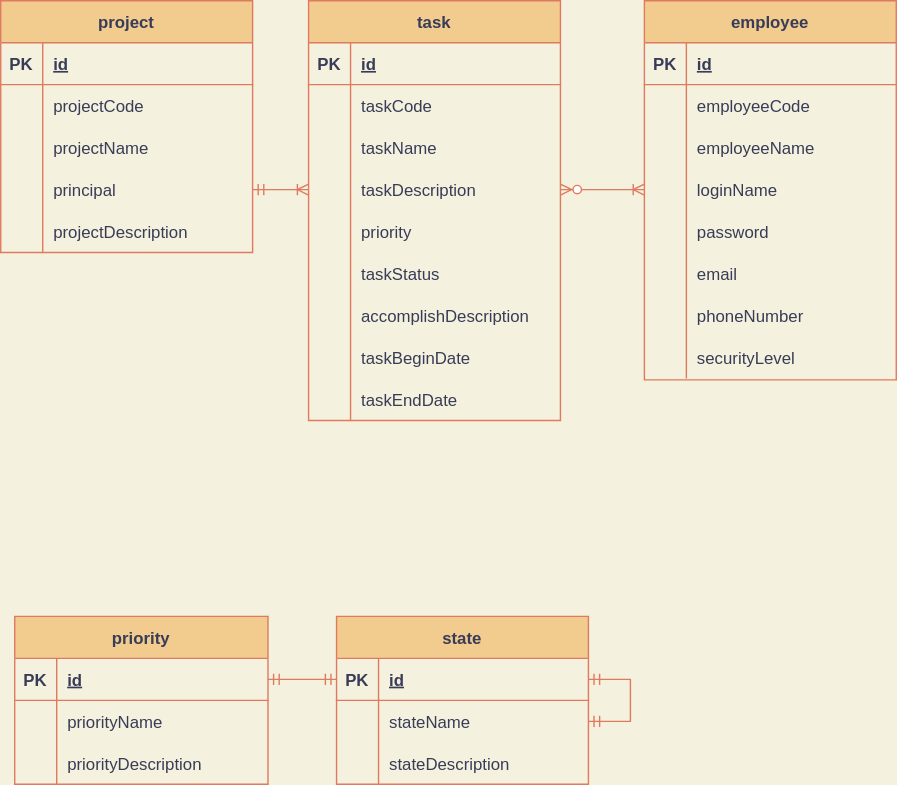
luck-nine/projectManagement keeps this draw.io diagram as web/src/main/resources/static/draw/entityRelationshipDraw.svg. Above is the earlier version. Source tidied: cells renumbered, new cells last; positions are measured from the earlier drawing's top-left corner, leaving out a move shared by most shapes.
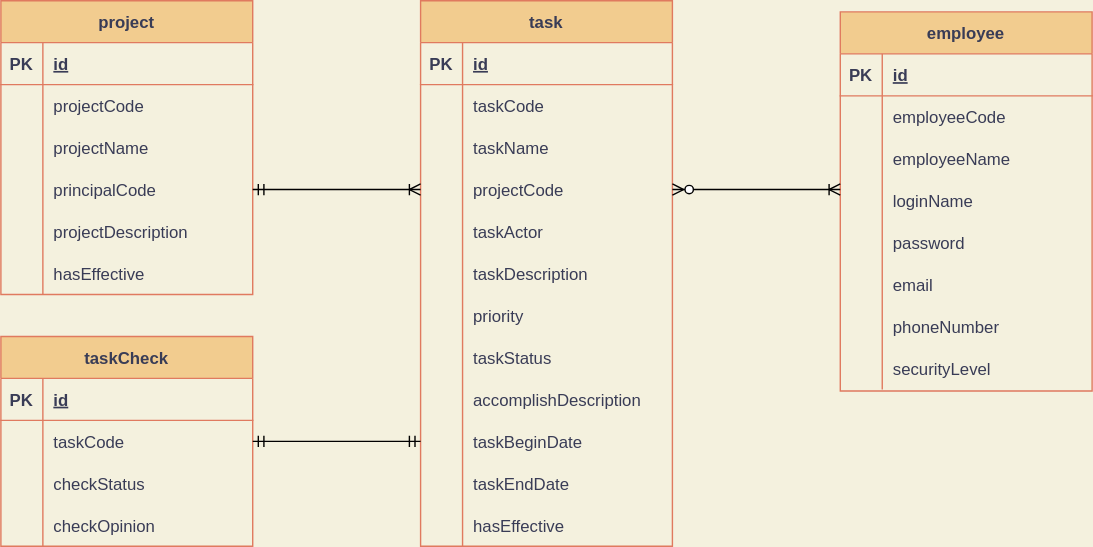
The same diagram one commit later.

Commit message:
docx: ER图更新

The edit, as a diff of the source:
```diff
@@ -3,7 +3,7 @@
     <mxCell id="0" />
     <mxCell id="1" parent="0" />
     <mxCell id="2" value="employee" style="shape=table;startSize=30;rowLines=0;fontStyle=1;align=center;fillColor=#F2CC8F;strokeColor=#E07A5F;fontColor=#393C56;" parent="1" vertex="1">
-      <mxGeometry x="460" width="180" height="271" as="geometry" />
+      <mxGeometry x="600" y="-2" width="180" height="271" as="geometry" />
     </mxCell>
     <mxCell id="3" style="shape=tableRow;horizontal=0;startSize=0;swimlaneHead=0;swimlaneBody=0;fillColor=none;top=0;left=0;right=0;bottom=1;strokeColor=#E07A5F;fontColor=#393C56;" parent="2" vertex="1">
       <mxGeometry y="30" width="180" height="30" as="geometry" />
@@ -78,7 +78,7 @@
       <mxGeometry x="30" width="150" height="30" as="geometry" />
     </mxCell>
     <mxCell id="27" value="project" style="shape=table;startSize=30;rowLines=0;fontStyle=1;align=center;fillColor=#F2CC8F;strokeColor=#E07A5F;fontColor=#393C56;" parent="1" vertex="1">
-      <mxGeometry width="180" height="180" as="geometry" />
+      <mxGeometry y="-10" width="180" height="210" as="geometry" />
     </mxCell>
     <mxCell id="28" style="shape=tableRow;horizontal=0;startSize=0;swimlaneHead=0;swimlaneBody=0;fillColor=none;top=0;left=0;right=0;bottom=1;strokeColor=#E07A5F;fontColor=#393C56;" parent="27" vertex="1">
       <mxGeometry y="30" width="180" height="30" as="geometry" />
@@ -113,7 +113,7 @@
     <mxCell id="38" style="shape=partialRectangle;fillColor=none;top=0;left=0;bottom=0;right=0;overflow=hidden;strokeColor=#E07A5F;fontColor=#393C56;" parent="37" vertex="1">
       <mxGeometry width="30" height="30" as="geometry" />
     </mxCell>
-    <mxCell id="39" value="principal" style="shape=partialRectangle;fillColor=none;top=0;left=0;bottom=0;right=0;align=left;spacingLeft=6;overflow=hidden;strokeColor=#E07A5F;fontColor=#393C56;" parent="37" vertex="1">
+    <mxCell id="39" value="principalCode" style="shape=partialRectangle;fillColor=none;top=0;left=0;bottom=0;right=0;align=left;spacingLeft=6;overflow=hidden;strokeColor=#E07A5F;fontColor=#393C56;" parent="37" vertex="1">
       <mxGeometry x="30" width="150" height="30" as="geometry" />
     </mxCell>
     <mxCell id="40" style="shape=tableRow;horizontal=0;startSize=0;swimlaneHead=0;swimlaneBody=0;fillColor=none;top=0;left=0;right=0;bottom=0;strokeColor=#E07A5F;fontColor=#393C56;" parent="27" vertex="1">
@@ -125,8 +125,17 @@
     <mxCell id="42" value="projectDescription" style="shape=partialRectangle;fillColor=none;top=0;left=0;bottom=0;right=0;align=left;spacingLeft=6;overflow=hidden;strokeColor=#E07A5F;fontColor=#393C56;" parent="40" vertex="1">
       <mxGeometry x="30" width="150" height="30" as="geometry" />
     </mxCell>
+    <mxCell id="95" style="shape=tableRow;horizontal=0;startSize=0;swimlaneHead=0;swimlaneBody=0;fillColor=none;top=0;left=0;right=0;bottom=0;strokeColor=#E07A5F;fontColor=#393C56;" parent="27" vertex="1">
+      <mxGeometry y="180" width="180" height="30" as="geometry" />
+    </mxCell>
+    <mxCell id="96" style="shape=partialRectangle;fillColor=none;top=0;left=0;bottom=0;right=0;overflow=hidden;strokeColor=#E07A5F;fontColor=#393C56;" parent="95" vertex="1">
+      <mxGeometry width="30" height="30" as="geometry" />
+    </mxCell>
+    <mxCell id="97" value="hasEffective" style="shape=partialRectangle;fillColor=none;top=0;left=0;bottom=0;right=0;align=left;spacingLeft=6;overflow=hidden;strokeColor=#E07A5F;fontColor=#393C56;" parent="95" vertex="1">
+      <mxGeometry x="30" width="150" height="30" as="geometry" />
+    </mxCell>
     <mxCell id="43" value="task" style="shape=table;startSize=30;rowLines=0;fontStyle=1;align=center;fillColor=#F2CC8F;strokeColor=#E07A5F;fontColor=#393C56;" parent="1" vertex="1">
-      <mxGeometry x="220" width="180" height="300" as="geometry" />
+      <mxGeometry x="300" y="-10" width="180" height="390" as="geometry" />
     </mxCell>
     <mxCell id="44" style="shape=tableRow;horizontal=0;startSize=0;swimlaneHead=0;swimlaneBody=0;fillColor=none;top=0;left=0;right=0;bottom=1;strokeColor=#E07A5F;fontColor=#393C56;" parent="43" vertex="1">
       <mxGeometry y="30" width="180" height="30" as="geometry" />
@@ -155,8 +164,26 @@
     <mxCell id="52" value="taskName" style="shape=partialRectangle;fillColor=none;top=0;left=0;bottom=0;right=0;align=left;spacingLeft=6;overflow=hidden;strokeColor=#E07A5F;fontColor=#393C56;" parent="50" vertex="1">
       <mxGeometry x="30" width="150" height="30" as="geometry" />
     </mxCell>
+    <mxCell id="98" style="shape=tableRow;horizontal=0;startSize=0;swimlaneHead=0;swimlaneBody=0;fillColor=none;points=[[0,0.5],[1,0.5]];portConstraint=eastwest;top=0;left=0;right=0;bottom=0;strokeColor=#E07A5F;fontColor=#393C56;" parent="43" vertex="1">
+      <mxGeometry y="120" width="180" height="30" as="geometry" />
+    </mxCell>
+    <mxCell id="99" style="shape=partialRectangle;fillColor=none;top=0;left=0;bottom=0;right=0;overflow=hidden;strokeColor=#E07A5F;fontColor=#393C56;" parent="98" vertex="1">
+      <mxGeometry width="30" height="30" as="geometry" />
+    </mxCell>
+    <mxCell id="100" value="projectCode" style="shape=partialRectangle;fillColor=none;top=0;left=0;bottom=0;right=0;align=left;spacingLeft=6;overflow=hidden;strokeColor=#E07A5F;fontColor=#393C56;" parent="98" vertex="1">
+      <mxGeometry x="30" width="150" height="30" as="geometry" />
+    </mxCell>
+    <mxCell id="101" style="shape=tableRow;horizontal=0;startSize=0;swimlaneHead=0;swimlaneBody=0;fillColor=none;top=0;left=0;right=0;bottom=0;strokeColor=#E07A5F;fontColor=#393C56;" parent="43" vertex="1">
+      <mxGeometry y="150" width="180" height="30" as="geometry" />
+    </mxCell>
+    <mxCell id="102" style="shape=partialRectangle;fillColor=none;top=0;left=0;bottom=0;right=0;overflow=hidden;strokeColor=#E07A5F;fontColor=#393C56;" parent="101" vertex="1">
+      <mxGeometry width="30" height="30" as="geometry" />
+    </mxCell>
+    <mxCell id="103" value="taskActor" style="shape=partialRectangle;fillColor=none;top=0;left=0;bottom=0;right=0;align=left;spacingLeft=6;overflow=hidden;strokeColor=#E07A5F;fontColor=#393C56;" parent="101" vertex="1">
+      <mxGeometry x="30" width="150" height="30" as="geometry" />
+    </mxCell>
     <mxCell id="53" style="shape=tableRow;horizontal=0;startSize=0;swimlaneHead=0;swimlaneBody=0;fillColor=none;points=[[0,0.5],[1,0.5]];portConstraint=eastwest;top=0;left=0;right=0;bottom=0;strokeColor=#E07A5F;fontColor=#393C56;" parent="43" vertex="1">
-      <mxGeometry y="120" width="180" height="30" as="geometry" />
+      <mxGeometry y="180" width="180" height="30" as="geometry" />
     </mxCell>
     <mxCell id="54" style="shape=partialRectangle;fillColor=none;top=0;left=0;bottom=0;right=0;overflow=hidden;strokeColor=#E07A5F;fontColor=#393C56;" parent="53" vertex="1">
       <mxGeometry width="30" height="30" as="geometry" />
@@ -165,7 +192,7 @@
       <mxGeometry x="30" width="150" height="30" as="geometry" />
     </mxCell>
     <mxCell id="56" style="shape=tableRow;horizontal=0;startSize=0;swimlaneHead=0;swimlaneBody=0;fillColor=none;top=0;left=0;right=0;bottom=0;strokeColor=#E07A5F;fontColor=#393C56;" parent="43" vertex="1">
-      <mxGeometry y="150" width="180" height="30" as="geometry" />
+      <mxGeometry y="210" width="180" height="30" as="geometry" />
     </mxCell>
     <mxCell id="57" style="shape=partialRectangle;fillColor=none;top=0;left=0;bottom=0;right=0;overflow=hidden;strokeColor=#E07A5F;fontColor=#393C56;" parent="56" vertex="1">
       <mxGeometry width="30" height="30" as="geometry" />
@@ -174,7 +201,7 @@
       <mxGeometry x="30" width="150" height="30" as="geometry" />
     </mxCell>
     <mxCell id="59" style="shape=tableRow;horizontal=0;startSize=0;swimlaneHead=0;swimlaneBody=0;fillColor=none;top=0;left=0;right=0;bottom=0;strokeColor=#E07A5F;fontColor=#393C56;" parent="43" vertex="1">
-      <mxGeometry y="180" width="180" height="30" as="geometry" />
+      <mxGeometry y="240" width="180" height="30" as="geometry" />
     </mxCell>
     <mxCell id="60" style="shape=partialRectangle;fillColor=none;top=0;left=0;bottom=0;right=0;overflow=hidden;strokeColor=#E07A5F;fontColor=#393C56;" parent="59" vertex="1">
       <mxGeometry width="30" height="30" as="geometry" />
@@ -183,7 +210,7 @@
       <mxGeometry x="30" width="150" height="30" as="geometry" />
     </mxCell>
     <mxCell id="62" style="shape=tableRow;horizontal=0;startSize=0;swimlaneHead=0;swimlaneBody=0;fillColor=none;top=0;left=0;right=0;bottom=0;strokeColor=#E07A5F;fontColor=#393C56;" parent="43" vertex="1">
-      <mxGeometry y="210" width="180" height="30" as="geometry" />
+      <mxGeometry y="270" width="180" height="30" as="geometry" />
     </mxCell>
     <mxCell id="63" style="shape=partialRectangle;fillColor=none;top=0;left=0;bottom=0;right=0;overflow=hidden;strokeColor=#E07A5F;fontColor=#393C56;" parent="62" vertex="1">
       <mxGeometry width="30" height="30" as="geometry" />
@@ -192,7 +219,7 @@
       <mxGeometry x="30" width="150" height="30" as="geometry" />
     </mxCell>
     <mxCell id="65" style="shape=tableRow;horizontal=0;startSize=0;swimlaneHead=0;swimlaneBody=0;fillColor=none;points=[[0,0.5],[1,0.5]];portConstraint=eastwest;top=0;left=0;right=0;bottom=0;strokeColor=#E07A5F;fontColor=#393C56;" parent="43" vertex="1">
-      <mxGeometry y="240" width="180" height="30" as="geometry" />
+      <mxGeometry y="300" width="180" height="30" as="geometry" />
     </mxCell>
     <mxCell id="66" style="shape=partialRectangle;fillColor=none;top=0;left=0;bottom=0;right=0;overflow=hidden;strokeColor=#E07A5F;fontColor=#393C56;" parent="65" vertex="1">
       <mxGeometry width="30" height="30" as="geometry" />
@@ -201,7 +228,7 @@
       <mxGeometry x="30" width="150" height="30" as="geometry" />
     </mxCell>
     <mxCell id="68" style="shape=tableRow;horizontal=0;startSize=0;swimlaneHead=0;swimlaneBody=0;fillColor=none;top=0;left=0;right=0;bottom=0;strokeColor=#E07A5F;fontColor=#393C56;" parent="43" vertex="1">
-      <mxGeometry y="270" width="180" height="30" as="geometry" />
+      <mxGeometry y="330" width="180" height="30" as="geometry" />
     </mxCell>
     <mxCell id="69" style="shape=partialRectangle;fillColor=none;top=0;left=0;bottom=0;right=0;overflow=hidden;strokeColor=#E07A5F;fontColor=#393C56;" parent="68" vertex="1">
       <mxGeometry width="30" height="30" as="geometry" />
@@ -209,8 +236,17 @@
     <mxCell id="70" value="taskEndDate" style="shape=partialRectangle;fillColor=none;top=0;left=0;bottom=0;right=0;align=left;spacingLeft=6;overflow=hidden;strokeColor=#E07A5F;fontColor=#393C56;" parent="68" vertex="1">
       <mxGeometry x="30" width="150" height="30" as="geometry" />
     </mxCell>
+    <mxCell id="104" style="shape=tableRow;horizontal=0;startSize=0;swimlaneHead=0;swimlaneBody=0;fillColor=none;top=0;left=0;right=0;bottom=0;strokeColor=#E07A5F;fontColor=#393C56;" parent="43" vertex="1">
+      <mxGeometry y="360" width="180" height="30" as="geometry" />
+    </mxCell>
+    <mxCell id="105" style="shape=partialRectangle;fillColor=none;top=0;left=0;bottom=0;right=0;overflow=hidden;strokeColor=#E07A5F;fontColor=#393C56;" parent="104" vertex="1">
+      <mxGeometry width="30" height="30" as="geometry" />
+    </mxCell>
+    <mxCell id="106" value="hasEffective" style="shape=partialRectangle;fillColor=none;top=0;left=0;bottom=0;right=0;align=left;spacingLeft=6;overflow=hidden;strokeColor=#E07A5F;fontColor=#393C56;" parent="104" vertex="1">
+      <mxGeometry x="30" width="150" height="30" as="geometry" />
+    </mxCell>
-    <mxCell id="71" value="state" style="shape=table;startSize=30;rowLines=0;fontStyle=1;align=center;fillColor=#F2CC8F;strokeColor=#E07A5F;fontColor=#393C56;" parent="1" vertex="1">
-      <mxGeometry x="240" y="440" width="180" height="120" as="geometry" />
+    <mxCell id="71" value="taskCheck" style="shape=table;startSize=30;rowLines=0;fontStyle=1;align=center;fillColor=#F2CC8F;strokeColor=#E07A5F;fontColor=#393C56;" parent="1" vertex="1">
+      <mxGeometry y="230" width="180" height="150" as="geometry" />
     </mxCell>
     <mxCell id="72" style="shape=tableRow;horizontal=0;startSize=0;swimlaneHead=0;swimlaneBody=0;fillColor=none;points=[[0,0.5],[1,0.5]];portConstraint=eastwest;top=0;left=0;right=0;bottom=1;strokeColor=#E07A5F;fontColor=#393C56;" parent="71" vertex="1">
       <mxGeometry y="30" width="180" height="30" as="geometry" />
@@ -227,7 +263,7 @@
     <mxCell id="76" style="shape=partialRectangle;fillColor=none;top=0;left=0;bottom=0;right=0;overflow=hidden;strokeColor=#E07A5F;fontColor=#393C56;" parent="75" vertex="1">
       <mxGeometry width="30" height="30" as="geometry" />
     </mxCell>
-    <mxCell id="77" value="stateName" style="shape=partialRectangle;fillColor=none;top=0;left=0;bottom=0;right=0;align=left;spacingLeft=6;overflow=hidden;strokeColor=#E07A5F;fontColor=#393C56;" parent="75" vertex="1">
+    <mxCell id="77" value="taskCode" style="shape=partialRectangle;fillColor=none;top=0;left=0;bottom=0;right=0;align=left;spacingLeft=6;overflow=hidden;strokeColor=#E07A5F;fontColor=#393C56;" parent="75" vertex="1">
       <mxGeometry x="30" width="150" height="30" as="geometry" />
     </mxCell>
     <mxCell id="78" style="shape=tableRow;horizontal=0;startSize=0;swimlaneHead=0;swimlaneBody=0;fillColor=none;top=0;left=0;right=0;bottom=0;strokeColor=#E07A5F;fontColor=#393C56;" parent="71" vertex="1">
@@ -236,50 +272,26 @@
     <mxCell id="79" style="shape=partialRectangle;fillColor=none;top=0;left=0;bottom=0;right=0;overflow=hidden;strokeColor=#E07A5F;fontColor=#393C56;" parent="78" vertex="1">
       <mxGeometry width="30" height="30" as="geometry" />
     </mxCell>
-    <mxCell id="80" value="stateDescription" style="shape=partialRectangle;fillColor=none;top=0;left=0;bottom=0;right=0;align=left;spacingLeft=6;overflow=hidden;strokeColor=#E07A5F;fontColor=#393C56;" parent="78" vertex="1">
+    <mxCell id="80" value="checkStatus " style="shape=partialRectangle;fillColor=none;top=0;left=0;bottom=0;right=0;align=left;spacingLeft=6;overflow=hidden;strokeColor=#E07A5F;fontColor=#393C56;" parent="78" vertex="1">
       <mxGeometry x="30" width="150" height="30" as="geometry" />
     </mxCell>
-    <mxCell id="81" style="edgeStyle=entityRelationEdgeStyle;fontSize=12;html=1;endArrow=ERmandOne;startArrow=ERmandOne;rounded=0;exitX=1;exitY=0.5;exitDx=0;exitDy=0;entryX=1;entryY=0.5;entryDx=0;entryDy=0;labelBackgroundColor=#F4F1DE;strokeColor=#E07A5F;fontColor=#393C56;" parent="71" edge="1" source="72" target="75">
-      <mxGeometry relative="1" as="geometry" />
-    </mxCell>
-    <mxCell id="82" value="priority" style="shape=table;startSize=30;rowLines=0;fontStyle=1;align=center;fillColor=#F2CC8F;strokeColor=#E07A5F;fontColor=#393C56;" parent="1" vertex="1">
-      <mxGeometry x="10" y="440" width="181" height="120" as="geometry" />
-    </mxCell>
-    <mxCell id="83" style="shape=tableRow;horizontal=0;startSize=0;swimlaneHead=0;swimlaneBody=0;fillColor=none;points=[[0,0.5],[1,0.5]];portConstraint=eastwest;top=0;left=0;right=0;bottom=1;strokeColor=#E07A5F;fontColor=#393C56;" parent="82" vertex="1">
-      <mxGeometry y="30" width="181" height="30" as="geometry" />
-    </mxCell>
-    <mxCell id="84" value="PK" style="shape=partialRectangle;fillColor=none;top=0;left=0;bottom=0;right=0;fontStyle=1;overflow=hidden;strokeColor=#E07A5F;fontColor=#393C56;" parent="83" vertex="1">
-      <mxGeometry width="30" height="30" as="geometry" />
-    </mxCell>
-    <mxCell id="85" value="id" style="shape=partialRectangle;fillColor=none;top=0;left=0;bottom=0;right=0;align=left;spacingLeft=6;fontStyle=5;overflow=hidden;strokeColor=#E07A5F;fontColor=#393C56;" parent="83" vertex="1">
-      <mxGeometry x="30" width="151" height="30" as="geometry" />
-    </mxCell>
-    <mxCell id="86" style="shape=tableRow;horizontal=0;startSize=0;swimlaneHead=0;swimlaneBody=0;fillColor=none;top=0;left=0;right=0;bottom=0;strokeColor=#E07A5F;fontColor=#393C56;" parent="82" vertex="1">
-      <mxGeometry y="60" width="181" height="30" as="geometry" />
-    </mxCell>
-    <mxCell id="87" style="shape=partialRectangle;fillColor=none;top=0;left=0;bottom=0;right=0;overflow=hidden;strokeColor=#E07A5F;fontColor=#393C56;" parent="86" vertex="1">
-      <mxGeometry width="30" height="30" as="geometry" />
-    </mxCell>
-    <mxCell id="88" value="priorityName" style="shape=partialRectangle;fillColor=none;top=0;left=0;bottom=0;right=0;align=left;spacingLeft=6;overflow=hidden;strokeColor=#E07A5F;fontColor=#393C56;" parent="86" vertex="1">
-      <mxGeometry x="30" width="151" height="30" as="geometry" />
-    </mxCell>
-    <mxCell id="89" style="shape=tableRow;horizontal=0;startSize=0;swimlaneHead=0;swimlaneBody=0;fillColor=none;top=0;left=0;right=0;bottom=0;strokeColor=#E07A5F;fontColor=#393C56;" parent="82" vertex="1">
-      <mxGeometry y="90" width="181" height="30" as="geometry" />
-    </mxCell>
-    <mxCell id="90" style="shape=partialRectangle;fillColor=none;top=0;left=0;bottom=0;right=0;overflow=hidden;strokeColor=#E07A5F;fontColor=#393C56;" parent="89" vertex="1">
-      <mxGeometry width="30" height="30" as="geometry" />
-    </mxCell>
-    <mxCell id="91" value="priorityDescription" style="shape=partialRectangle;fillColor=none;top=0;left=0;bottom=0;right=0;align=left;spacingLeft=6;overflow=hidden;strokeColor=#E07A5F;fontColor=#393C56;" parent="89" vertex="1">
-      <mxGeometry x="30" width="151" height="30" as="geometry" />
-    </mxCell>
+    <mxCell id="107" style="shape=tableRow;horizontal=0;startSize=0;swimlaneHead=0;swimlaneBody=0;fillColor=none;top=0;left=0;right=0;bottom=0;strokeColor=#E07A5F;fontColor=#393C56;" parent="71" vertex="1">
+      <mxGeometry y="120" width="180" height="30" as="geometry" />
+    </mxCell>
+    <mxCell id="108" style="shape=partialRectangle;fillColor=none;top=0;left=0;bottom=0;right=0;overflow=hidden;strokeColor=#E07A5F;fontColor=#393C56;" parent="107" vertex="1">
+      <mxGeometry width="30" height="30" as="geometry" />
+    </mxCell>
+    <mxCell id="109" value="checkOpinion" style="shape=partialRectangle;fillColor=none;top=0;left=0;bottom=0;right=0;align=left;spacingLeft=6;overflow=hidden;strokeColor=#E07A5F;fontColor=#393C56;" parent="107" vertex="1">
+      <mxGeometry x="30" width="150" height="30" as="geometry" />
+    </mxCell>
-    <mxCell id="92" style="edgeStyle=entityRelationEdgeStyle;fontSize=12;html=1;endArrow=ERoneToMany;startArrow=ERmandOne;rounded=0;entryX=0;entryY=0.5;entryDx=0;entryDy=0;exitX=1;exitY=0.5;exitDx=0;exitDy=0;labelBackgroundColor=#F4F1DE;strokeColor=#E07A5F;fontColor=#393C56;" parent="1" edge="1" source="37" target="53">
+    <mxCell id="92" style="edgeStyle=entityRelationEdgeStyle;fontSize=12;html=1;endArrow=ERoneToMany;startArrow=ERmandOne;rounded=0;entryX=0;entryY=0.5;entryDx=0;entryDy=0;exitX=1;exitY=0.5;exitDx=0;exitDy=0;labelBackgroundColor=#F4F1DE;strokeColor=#000000;fontColor=#393C56;" parent="1" edge="1" source="37" target="98">
       <mxGeometry relative="1" as="geometry" />
     </mxCell>
-    <mxCell id="93" style="edgeStyle=entityRelationEdgeStyle;fontSize=12;html=1;endArrow=ERoneToMany;startArrow=ERzeroToMany;rounded=0;entryX=0;entryY=0.5;entryDx=0;entryDy=0;exitX=1;exitY=0.5;exitDx=0;exitDy=0;labelBackgroundColor=#F4F1DE;strokeColor=#E07A5F;fontColor=#393C56;" parent="1" edge="1" source="53" target="12">
+    <mxCell id="93" style="edgeStyle=entityRelationEdgeStyle;fontSize=12;html=1;endArrow=ERoneToMany;startArrow=ERzeroToMany;rounded=0;entryX=0;entryY=0.233;entryDx=0;entryDy=0;exitX=1;exitY=0.5;exitDx=0;exitDy=0;labelBackgroundColor=#F4F1DE;strokeColor=#000000;fontColor=#393C56;entryPerimeter=0;" parent="1" edge="1" source="98" target="12">
       <mxGeometry relative="1" as="geometry" />
     </mxCell>
-    <mxCell id="94" style="edgeStyle=entityRelationEdgeStyle;fontSize=12;html=1;endArrow=ERmandOne;startArrow=ERmandOne;rounded=0;exitX=1;exitY=0.5;exitDx=0;exitDy=0;entryX=0;entryY=0.5;entryDx=0;entryDy=0;labelBackgroundColor=#F4F1DE;strokeColor=#E07A5F;fontColor=#393C56;" parent="1" edge="1" source="83" target="72">
-      <mxGeometry relative="1" as="geometry" />
-    </mxCell>
+    <mxCell id="110" style="edgeStyle=entityRelationEdgeStyle;fontSize=12;html=1;endArrow=ERmandOne;startArrow=ERmandOne;rounded=0;exitX=1;exitY=0.5;exitDx=0;exitDy=0;entryX=0;entryY=0.5;entryDx=0;entryDy=0;strokeColor=#000000;" parent="1" edge="1" source="75" target="65">
+      <mxGeometry relative="1" as="geometry" />
+    </mxCell>
   </root>
 </mxGraphModel>
```
